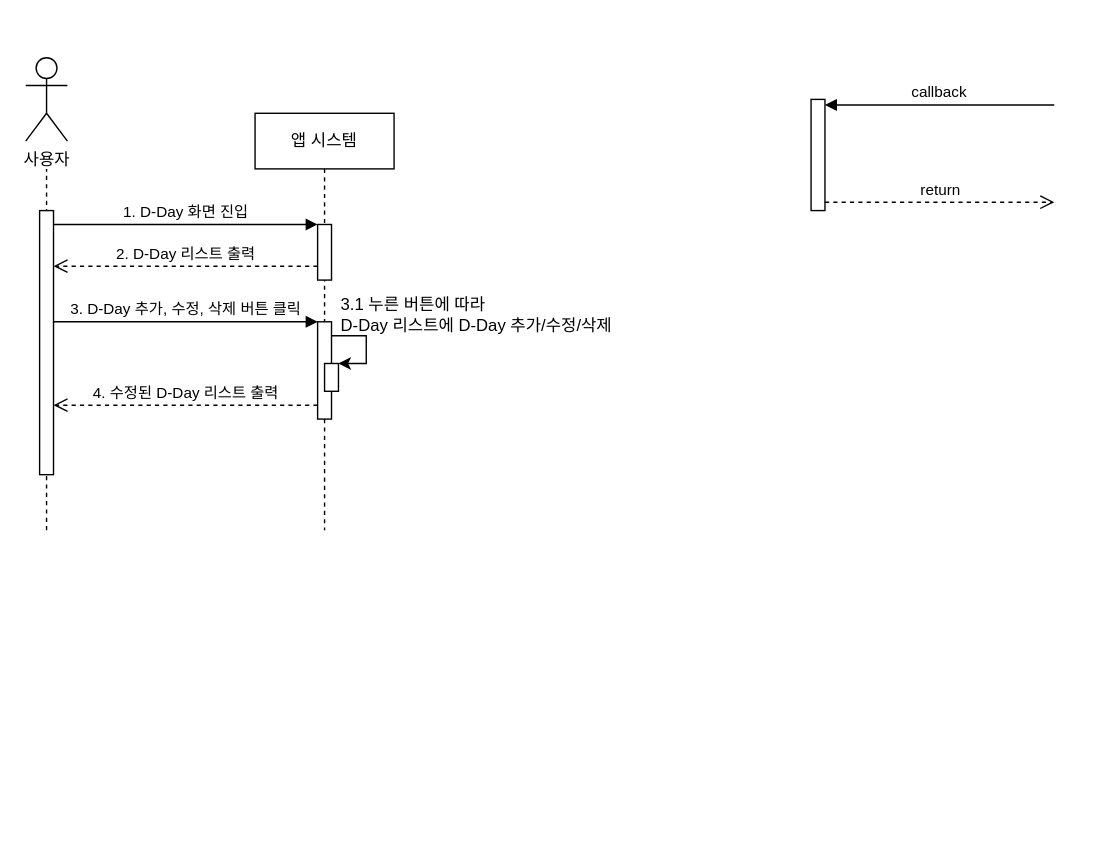
Earlier version of the draw.io diagram sequence diagram.drawio (baechuTree/softwareEngineering). Source tidied: cells renumbered, new cells numbered last; positions are measured from the earlier drawing's top-left corner, leaving out a move shared by most shapes. Both pictures are drawn from the tidied source at 139%, with x=0, y=0 at pixel (25, 57).
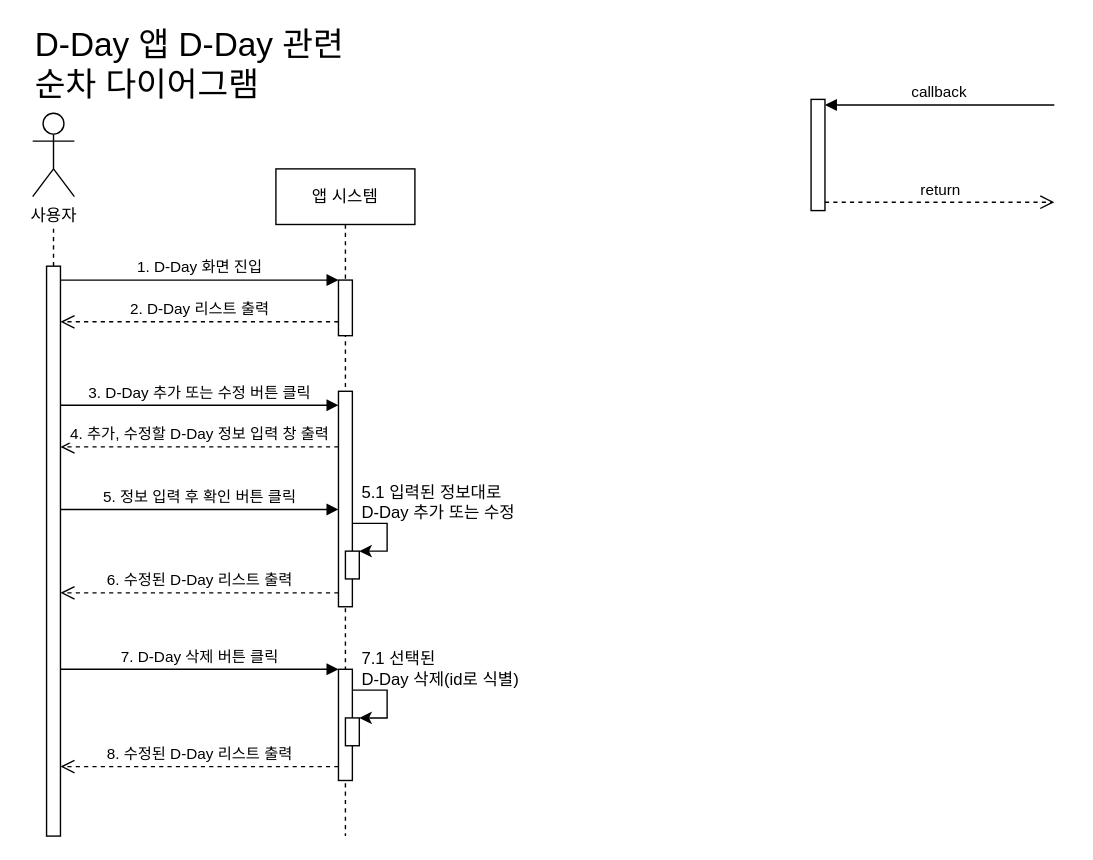
Above is the later version.

Unchanged cells that the change refers to:
```xml
<mxCell id="3" style="html=1;points=[];perimeter=orthogonalPerimeter;outlineConnect=0;targetShapes=umlLifeline;portConstraint=eastwest;newEdgeStyle={&quot;edgeStyle&quot;:&quot;elbowEdgeStyle&quot;,&quot;elbow&quot;:&quot;vertical&quot;,&quot;curved&quot;:0,&quot;rounded&quot;:0};" parent="2" vertex="1">
  <mxGeometry x="45" y="80" width="10" height="40" as="geometry" />
</mxCell>
```

What changed in the source:
```diff
@@
     <mxCell id="2" value="앱 시스템" style="shape=umlLifeline;perimeter=lifelinePerimeter;whiteSpace=wrap;html=1;newEdgeStyle={&quot;edgeStyle&quot;:&quot;elbowEdgeStyle&quot;,&quot;elbow&quot;:&quot;vertical&quot;,&quot;curved&quot;:0,&quot;rounded&quot;:0};" parent="1" vertex="1">
-      <mxGeometry x="165" y="40" width="100" height="300" as="geometry" />
+      <mxGeometry x="180" y="80" width="100" height="480" as="geometry" />
     </mxCell>
@@
-    <mxCell id="4" value="3. D-Day 추가, 수정, 삭제 버튼 클릭" style="html=1;verticalAlign=bottom;endArrow=block;edgeStyle=elbowEdgeStyle;elbow=vertical;curved=0;rounded=0;" parent="2" edge="1" target="5">
-      <mxGeometry relative="1" as="geometry">
-        <mxPoint x="-145" y="150" as="sourcePoint" />
-        <Array as="points">
-          <mxPoint x="-60" y="150" />
-        </Array>
-      </mxGeometry>
-    </mxCell>
+    <mxCell id="18" style="html=1;points=[];perimeter=orthogonalPerimeter;outlineConnect=0;targetShapes=umlLifeline;portConstraint=eastwest;newEdgeStyle={&quot;edgeStyle&quot;:&quot;elbowEdgeStyle&quot;,&quot;elbow&quot;:&quot;vertical&quot;,&quot;curved&quot;:0,&quot;rounded&quot;:0};" parent="2" vertex="1">
+      <mxGeometry x="45" y="360" width="10" height="80" as="geometry" />
+    </mxCell>
+    <mxCell id="16" value="5.1 입력된 정보대로&lt;div&gt;D-Day&amp;nbsp;&lt;span style=&quot;background-color: transparent; color: light-dark(rgb(0, 0, 0), rgb(255, 255, 255));&quot;&gt;추가 또는 수정&lt;/span&gt;&lt;/div&gt;" style="text;html=1;align=left;verticalAlign=middle;strokeColor=none;fillColor=none;" parent="2" vertex="1">
+      <mxGeometry x="60" y="220" width="130" height="40" as="geometry" />
+    </mxCell>
     <mxCell id="5" style="html=1;points=[];perimeter=orthogonalPerimeter;outlineConnect=0;targetShapes=umlLifeline;portConstraint=eastwest;newEdgeStyle={&quot;edgeStyle&quot;:&quot;elbowEdgeStyle&quot;,&quot;elbow&quot;:&quot;vertical&quot;,&quot;curved&quot;:0,&quot;rounded&quot;:0};" parent="2" vertex="1">
-      <mxGeometry x="45" y="150" width="10" height="70" as="geometry" />
+      <mxGeometry x="45" y="160" width="10" height="155" as="geometry" />
     </mxCell>
     <mxCell id="6" style="endArrow=classic;html=1;rounded=0;edgeStyle=orthogonalEdgeStyle;" parent="2" edge="1" source="5" target="7">
       <mxGeometry relative="1" as="geometry">
         <Array as="points">
-          <mxPoint x="80" y="160" />
-          <mxPoint x="80" y="180" />
+          <mxPoint x="80" y="255" />
+          <mxPoint x="80" y="275" />
         </Array>
       </mxGeometry>
     </mxCell>
     <mxCell id="7" style="html=1;points=[];perimeter=orthogonalPerimeter;outlineConnect=0;targetShapes=umlLifeline;portConstraint=eastwest;newEdgeStyle={&quot;edgeStyle&quot;:&quot;elbowEdgeStyle&quot;,&quot;elbow&quot;:&quot;vertical&quot;,&quot;curved&quot;:0,&quot;rounded&quot;:0};" parent="2" vertex="1">
-      <mxGeometry x="50" y="180" width="10" height="20" as="geometry" />
+      <mxGeometry x="50" y="275" width="10" height="20" as="geometry" />
     </mxCell>
+    <mxCell id="19" value="3. D-Day 추가 또는 수정 버튼 클릭" style="html=1;verticalAlign=bottom;endArrow=block;edgeStyle=elbowEdgeStyle;elbow=vertical;curved=0;rounded=0;" parent="2" edge="1" target="5">
+      <mxGeometry relative="1" as="geometry">
+        <mxPoint x="-155" y="170" as="sourcePoint" />
+        <Array as="points">
+          <mxPoint x="-80" y="170" />
+        </Array>
+      </mxGeometry>
+    </mxCell>
+    <mxCell id="4" value="5. 정보 입력 후 확인 버튼 클릭" style="html=1;verticalAlign=bottom;endArrow=block;edgeStyle=elbowEdgeStyle;elbow=horizontal;curved=0;rounded=0;" parent="2" edge="1" target="5">
+      <mxGeometry relative="1" as="geometry">
+        <mxPoint x="-155" y="245" as="sourcePoint" />
+        <Array as="points">
+          <mxPoint x="-60" y="245" />
+        </Array>
+      </mxGeometry>
+    </mxCell>
+    <mxCell id="17" value="6. 수정된 D-Day 리스트 출력" style="html=1;verticalAlign=bottom;endArrow=open;dashed=1;endSize=8;edgeStyle=elbowEdgeStyle;elbow=vertical;curved=0;rounded=0;" parent="2" edge="1" source="5">
+      <mxGeometry relative="1" as="geometry">
+        <mxPoint x="-155" y="305" as="targetPoint" />
+        <Array as="points">
+          <mxPoint x="20" y="305" />
+        </Array>
+      </mxGeometry>
+    </mxCell>
+    <mxCell id="20" value="7.1 선택된&lt;div&gt;D-Day 삭제(id로 식별)&lt;/div&gt;" style="text;html=1;align=left;verticalAlign=middle;strokeColor=none;fillColor=none;" parent="2" vertex="1">
+      <mxGeometry x="60" y="340" width="140" height="40" as="geometry" />
+    </mxCell>
+    <mxCell id="21" style="endArrow=classic;html=1;rounded=0;edgeStyle=orthogonalEdgeStyle;" parent="2" edge="1" target="22">
+      <mxGeometry relative="1" as="geometry">
+        <mxPoint x="55" y="375" as="sourcePoint" />
+        <Array as="points">
+          <mxPoint x="80" y="375" />
+          <mxPoint x="80" y="395" />
+        </Array>
+      </mxGeometry>
+    </mxCell>
+    <mxCell id="22" style="html=1;points=[];perimeter=orthogonalPerimeter;outlineConnect=0;targetShapes=umlLifeline;portConstraint=eastwest;newEdgeStyle={&quot;edgeStyle&quot;:&quot;elbowEdgeStyle&quot;,&quot;elbow&quot;:&quot;vertical&quot;,&quot;curved&quot;:0,&quot;rounded&quot;:0};" parent="2" vertex="1">
+      <mxGeometry x="50" y="395" width="10" height="20" as="geometry" />
+    </mxCell>
     <mxCell id="8" value="1. D-Day 화면 진입" style="html=1;verticalAlign=bottom;endArrow=block;edgeStyle=elbowEdgeStyle;elbow=vertical;curved=0;rounded=0;" parent="1" edge="1" source="14" target="3">
       <mxGeometry relative="1" as="geometry">
         <Array as="points">
-          <mxPoint x="105" y="120" />
+          <mxPoint x="110" y="160" />
         </Array>
       </mxGeometry>
     </mxCell>
     <mxCell id="9" value="2. D-Day 리스트 출력" style="html=1;verticalAlign=bottom;endArrow=open;dashed=1;endSize=8;edgeStyle=elbowEdgeStyle;elbow=vertical;curved=0;rounded=0;" parent="1" edge="1" source="3" target="14">
       <mxGeometry relative="1" as="geometry">
         <Array as="points">
-          <mxPoint x="115" y="150" />
+          <mxPoint x="120" y="190" />
         </Array>
       </mxGeometry>
     </mxCell>
@@
     <mxCell id="12" value="사용자" style="shape=umlActor;verticalLabelPosition=bottom;verticalAlign=top;html=1;" parent="1" vertex="1">
-      <mxGeometry width="30" height="60" as="geometry" />
+      <mxGeometry x="5" y="40" width="30" height="60" as="geometry" />
     </mxCell>
-    <mxCell id="13" style="endArrow=none;dashed=1;html=1;rounded=0;" parent="1" edge="1">
+    <mxCell id="13" style="endArrow=none;dashed=1;html=1;rounded=0;" parent="1" edge="1" source="14">
       <mxGeometry relative="1" as="geometry">
-        <mxPoint x="15" y="340" as="sourcePoint" />
-        <mxPoint x="15" y="80" as="targetPoint" />
+        <mxPoint x="20" y="120" as="targetPoint" />
       </mxGeometry>
     </mxCell>
     <mxCell id="14" style="html=1;points=[];perimeter=orthogonalPerimeter;outlineConnect=0;targetShapes=umlLifeline;portConstraint=eastwest;newEdgeStyle={&quot;edgeStyle&quot;:&quot;elbowEdgeStyle&quot;,&quot;elbow&quot;:&quot;vertical&quot;,&quot;curved&quot;:0,&quot;rounded&quot;:0};" parent="1" vertex="1">
-      <mxGeometry x="10" y="110" width="10" height="190" as="geometry" />
+      <mxGeometry x="15" y="150" width="10" height="410" as="geometry" />
     </mxCell>
@@
-    <mxCell id="16" value="3.1 누른 버튼에 따라&lt;div&gt;&lt;span style=&quot;background-color: transparent; color: light-dark(rgb(0, 0, 0), rgb(255, 255, 255));&quot;&gt;D-Day 리스트에 D-Day 추가/수정/삭제&lt;/span&gt;&lt;/div&gt;" style="text;html=1;align=left;verticalAlign=middle;strokeColor=none;fillColor=none;" parent="1" vertex="1">
-      <mxGeometry x="225" y="165" width="220" height="40" as="geometry" />
-    </mxCell>
-    <mxCell id="17" value="4. 수정된 D-Day 리스트 출력" style="html=1;verticalAlign=bottom;endArrow=open;dashed=1;endSize=8;edgeStyle=elbowEdgeStyle;elbow=vertical;curved=0;rounded=0;" parent="1" edge="1" source="5" target="14">
-      <mxGeometry relative="1" as="geometry">
-        <Array as="points">
-          <mxPoint x="115" y="250" />
-        </Array>
-      </mxGeometry>
-    </mxCell>
+    <mxCell id="23" value="7. D-Day 삭제 버튼 클릭" style="html=1;verticalAlign=bottom;endArrow=block;edgeStyle=elbowEdgeStyle;elbow=vertical;curved=0;rounded=0;" parent="1" edge="1" source="14" target="18">
+      <mxGeometry relative="1" as="geometry">
+        <Array as="points">
+          <mxPoint x="90" y="440" />
+        </Array>
+      </mxGeometry>
+    </mxCell>
+    <mxCell id="24" value="8. 수정된 D-Day 리스트 출력" style="html=1;verticalAlign=bottom;endArrow=open;dashed=1;endSize=8;edgeStyle=elbowEdgeStyle;elbow=vertical;curved=0;rounded=0;" parent="1" edge="1">
+      <mxGeometry relative="1" as="geometry">
+        <mxPoint x="225" y="510" as="sourcePoint" />
+        <mxPoint x="25" y="510" as="targetPoint" />
+        <Array as="points">
+          <mxPoint x="100" y="510" />
+        </Array>
+      </mxGeometry>
+    </mxCell>
+    <mxCell id="25" value="4. 추가, 수정할 D-Day 정보 입력 창 출력" style="html=1;verticalAlign=bottom;endArrow=open;dashed=1;endSize=8;edgeStyle=elbowEdgeStyle;elbow=vertical;curved=0;rounded=0;" parent="1" edge="1">
+      <mxGeometry relative="1" as="geometry">
+        <mxPoint x="225" y="280" as="sourcePoint" />
+        <mxPoint x="25" y="280" as="targetPoint" />
+        <Array as="points">
+          <mxPoint x="110" y="280" />
+        </Array>
+      </mxGeometry>
+    </mxCell>
+    <mxCell id="26" value="D-Day 앱 D-Day 관련&lt;div&gt;순차 다이어그램&lt;/div&gt;" style="text;html=1;align=left;verticalAlign=middle;whiteSpace=wrap;rounded=0;fontSize=24;" parent="1" vertex="1">
+      <mxGeometry x="5" y="-10" width="310" height="30" as="geometry" />
+    </mxCell>
```
